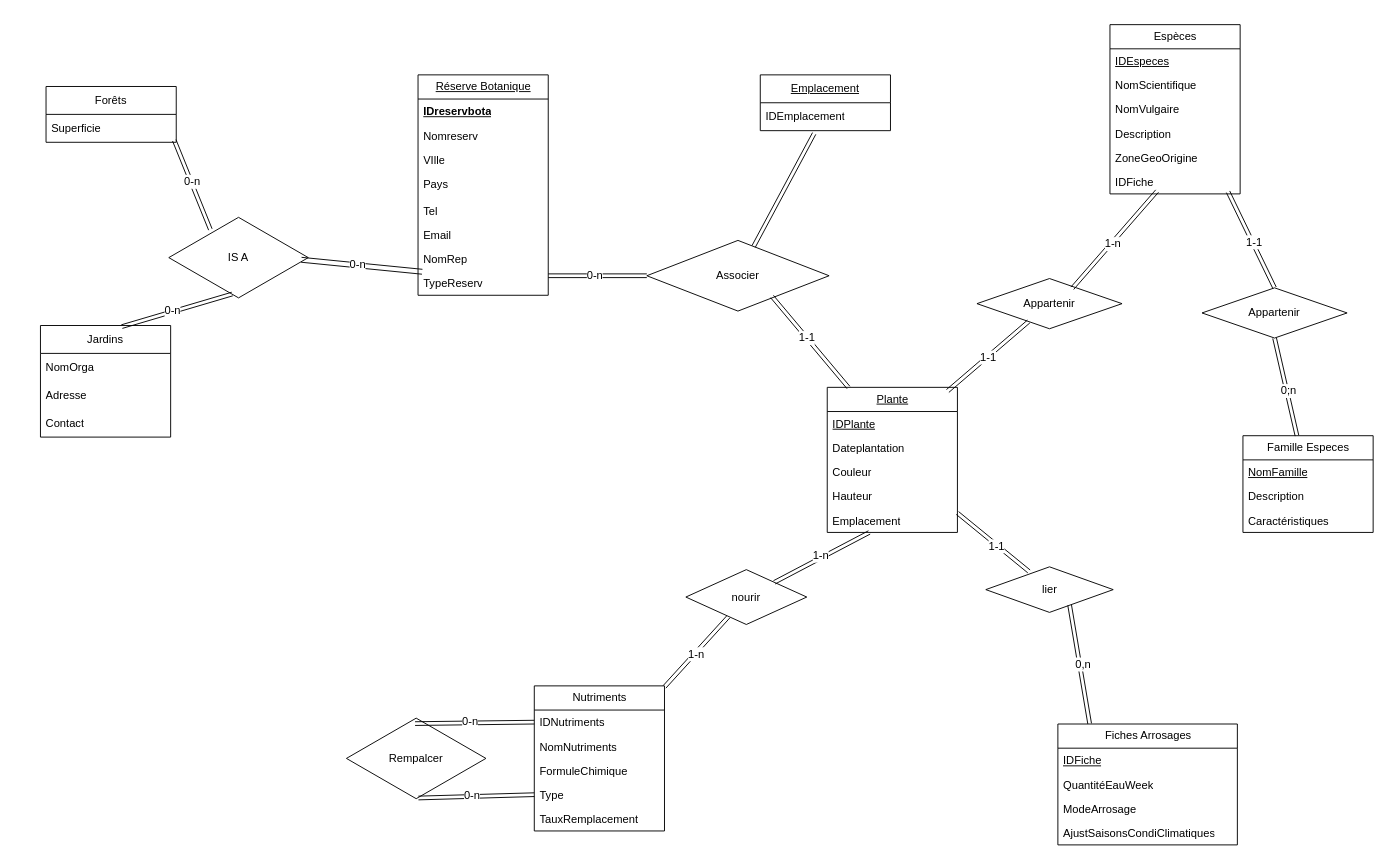
Above: SAE3/Untitled Diagram.drawio in korasrar/Work (draw.io), before the change. Source tidied: cells renumbered, new cells numbered last; positions are measured from the earlier drawing's top-left corner, leaving out a move shared by most shapes. Both pictures are drawn from the tidied source at 93%, with x=0, y=0 at pixel (40, 24).
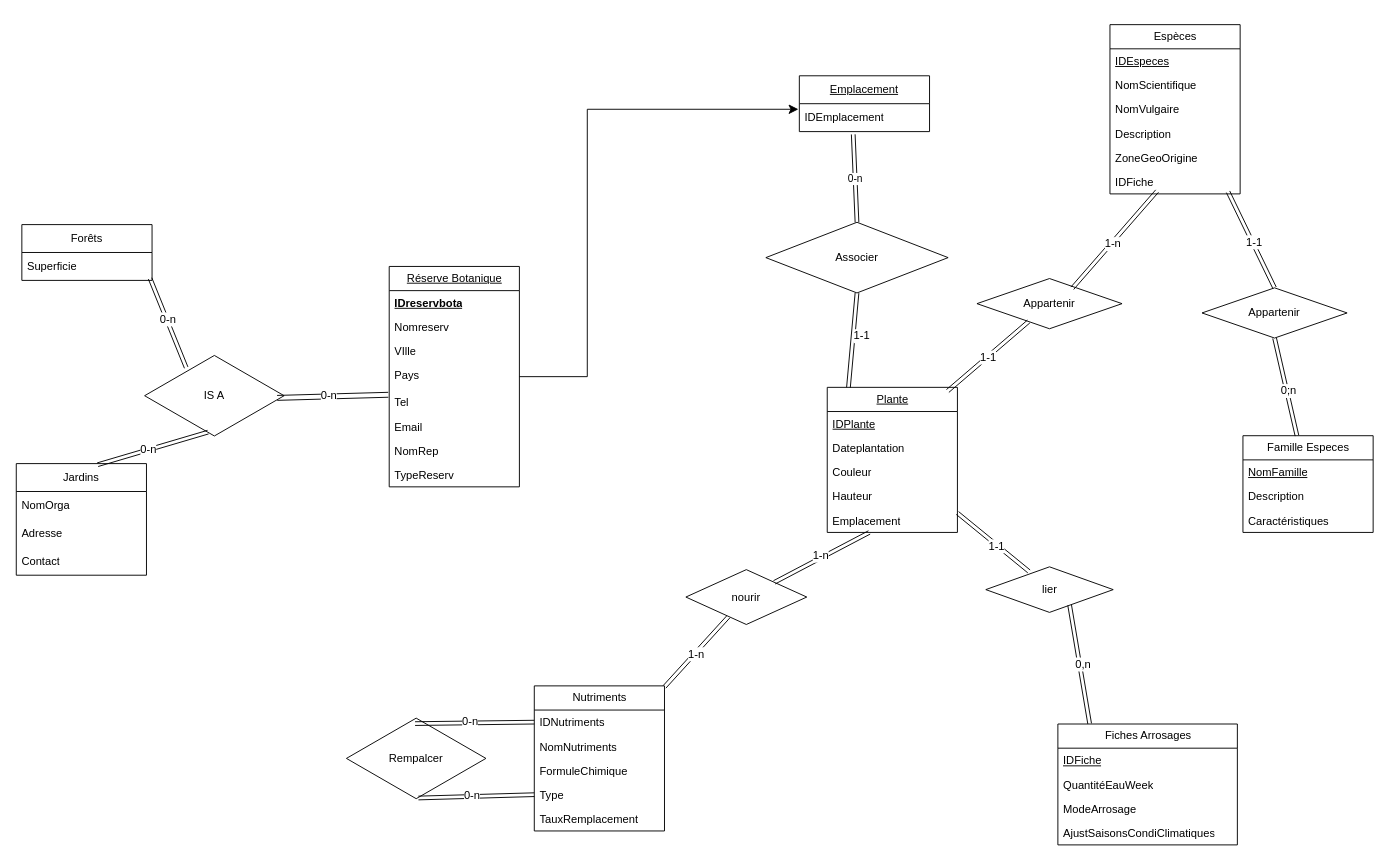
The same page after the edit.

Unchanged cells that the change refers to:
```xml
<mxCell id="6" value="Pays" style="text;strokeColor=none;fillColor=none;align=left;verticalAlign=top;spacingLeft=4;spacingRight=4;overflow=hidden;points=[[0,0.5],[1,0.5]];portConstraint=eastwest;whiteSpace=wrap;html=1;" parent="2" vertex="1">
  <mxGeometry y="104" width="140" height="29" as="geometry" />
</mxCell>
<mxCell id="7" value="Tel" style="text;strokeColor=none;fillColor=none;align=left;verticalAlign=top;spacingLeft=4;spacingRight=4;overflow=hidden;points=[[0,0.5],[1,0.5]];portConstraint=eastwest;whiteSpace=wrap;html=1;" parent="2" vertex="1">
  <mxGeometry y="133" width="140" height="26" as="geometry" />
</mxCell>
<mxCell id="10" value="TypeReserv" style="text;strokeColor=none;fillColor=none;align=left;verticalAlign=top;spacingLeft=4;spacingRight=4;overflow=hidden;points=[[0,0.5],[1,0.5]];portConstraint=eastwest;whiteSpace=wrap;html=1;" parent="2" vertex="1">
  <mxGeometry y="211" width="140" height="26" as="geometry" />
</mxCell>
<mxCell id="11" value="&lt;u&gt;Plante&lt;/u&gt;" style="swimlane;fontStyle=0;horizontal=1;startSize=26;fillColor=none;html=1;" parent="1" vertex="1">
  <mxGeometry x="846" y="390" width="140" height="156" as="geometry" />
</mxCell>
<mxCell id="84" value="IDEmplacement" style="text;strokeColor=none;fillColor=none;align=left;verticalAlign=middle;spacingLeft=4;spacingRight=4;overflow=hidden;points=[[0,0.5],[1,0.5]];portConstraint=eastwest;whiteSpace=wrap;html=1;" parent="83" vertex="1">
  <mxGeometry y="30" width="140" height="30" as="geometry" />
</mxCell>
```

What changed in the source:
```diff
@@
     <mxCell id="2" value="Réserve Botanique" style="swimlane;fontStyle=4;horizontal=1;startSize=26;fillColor=none;html=1;" parent="1" vertex="1">
-      <mxGeometry x="406" y="54" width="140" height="237" as="geometry" />
+      <mxGeometry x="375" y="260" width="140" height="237" as="geometry" />
     </mxCell>
@@
     <mxCell id="39" value="&lt;div&gt;Associer&lt;/div&gt;" style="rhombus;whiteSpace=wrap;html=1;" parent="1" vertex="1">
-      <mxGeometry x="652" y="232" width="196" height="76" as="geometry" />
+      <mxGeometry x="780" y="212.5" width="196" height="76" as="geometry" />
     </mxCell>
-    <mxCell id="40" style="shape=link;html=1;rounded=0;fontSize=12;startSize=8;endSize=8;curved=1;entryX=0;entryY=0.5;entryDx=0;entryDy=0;" parent="1" edge="1" target="39">
-      <mxGeometry relative="1" as="geometry">
-        <mxPoint x="546" y="270" as="sourcePoint" />
-      </mxGeometry>
-    </mxCell>
-    <mxCell id="41" value="0-n" style="edgeLabel;html=1;align=center;verticalAlign=middle;fontSize=12;" parent="40" vertex="1">
-      <mxGeometry x="-0.08" y="1" relative="1" as="geometry" />
-    </mxCell>
@@
-    <mxCell id="43" style="shape=link;html=1;rounded=0;fontSize=12;startSize=8;endSize=8;curved=1;entryX=0.163;entryY=0.001;entryDx=0;entryDy=0;entryPerimeter=0;exitX=0.687;exitY=0.794;exitDx=0;exitDy=0;exitPerimeter=0;" parent="1" edge="1" source="39" target="11">
+    <mxCell id="43" style="shape=link;html=1;rounded=0;fontSize=12;startSize=8;endSize=8;curved=1;entryX=0.163;entryY=0.001;entryDx=0;entryDy=0;entryPerimeter=0;exitX=0.5;exitY=1;exitDx=0;exitDy=0;" parent="1" edge="1" source="39" target="11">
       <mxGeometry relative="1" as="geometry" />
     </mxCell>
@@
     <mxCell id="65" value="Forêts" style="swimlane;fontStyle=0;horizontal=1;startSize=30;whiteSpace=wrap;html=1;" parent="1" vertex="1">
-      <mxGeometry x="6" y="66.5" width="140" height="60" as="geometry" />
+      <mxGeometry x="-20" y="215" width="140" height="60" as="geometry" />
     </mxCell>
@@
     <mxCell id="67" value="Jardins" style="swimlane;fontStyle=0;horizontal=1;startSize=30;whiteSpace=wrap;html=1;" parent="1" vertex="1">
-      <mxGeometry y="323.5" width="140" height="120" as="geometry" />
+      <mxGeometry x="-26" y="472" width="140" height="120" as="geometry" />
     </mxCell>
@@
     <mxCell id="71" value="IS A" style="html=1;whiteSpace=wrap;shape=isoRectangle;" parent="1" vertex="1">
-      <mxGeometry x="138" y="205.5" width="150" height="90" as="geometry" />
+      <mxGeometry x="112" y="354" width="150" height="90" as="geometry" />
     </mxCell>
@@
-    <mxCell id="76" style="shape=link;html=1;rounded=0;fontSize=12;startSize=8;endSize=8;curved=1;entryX=0.032;entryY=0.027;entryDx=0;entryDy=0;width=-5.294117647058823;exitX=0.95;exitY=0.526;exitDx=0;exitDy=0;exitPerimeter=0;entryPerimeter=0;" parent="1" edge="1" source="71" target="10">
+    <mxCell id="76" style="shape=link;html=1;rounded=0;fontSize=12;startSize=8;endSize=8;curved=1;width=-5.294117647058823;exitX=0.95;exitY=0.526;exitDx=0;exitDy=0;exitPerimeter=0;entryX=-0.007;entryY=0.192;entryDx=0;entryDy=0;entryPerimeter=0;" parent="1" edge="1" source="71" target="7">
       <mxGeometry relative="1" as="geometry" />
     </mxCell>
@@
     <mxCell id="83" value="&lt;u&gt;Emplacement&lt;/u&gt;" style="swimlane;fontStyle=0;horizontal=1;startSize=30;whiteSpace=wrap;html=1;" parent="1" vertex="1">
-      <mxGeometry x="774" y="54" width="140" height="60" as="geometry" />
+      <mxGeometry x="816" y="55" width="140" height="60" as="geometry" />
     </mxCell>
@@
-    <mxCell id="85" style="shape=link;html=1;entryX=0.414;entryY=1.1;entryDx=0;entryDy=0;entryPerimeter=0;" parent="1" edge="1" source="39" target="84">
+    <mxCell id="85" value="0-n" style="shape=link;html=1;entryX=0.414;entryY=1.1;entryDx=0;entryDy=0;entryPerimeter=0;exitX=0.5;exitY=0;exitDx=0;exitDy=0;" parent="1" edge="1" source="39" target="84">
       <mxGeometry relative="1" as="geometry" />
     </mxCell>
+    <mxCell id="86" style="edgeStyle=segmentEdgeStyle;endArrow=classic;html=1;curved=0;rounded=0;endSize=8;startSize=8;exitX=1;exitY=0.5;exitDx=0;exitDy=0;entryX=-0.007;entryY=0.2;entryDx=0;entryDy=0;entryPerimeter=0;" parent="1" edge="1" source="6" target="84">
+      <mxGeometry relative="1" as="geometry">
+        <Array as="points">
+          <mxPoint x="588" y="379" />
+          <mxPoint x="588" y="91" />
+        </Array>
+      </mxGeometry>
+    </mxCell>
```
